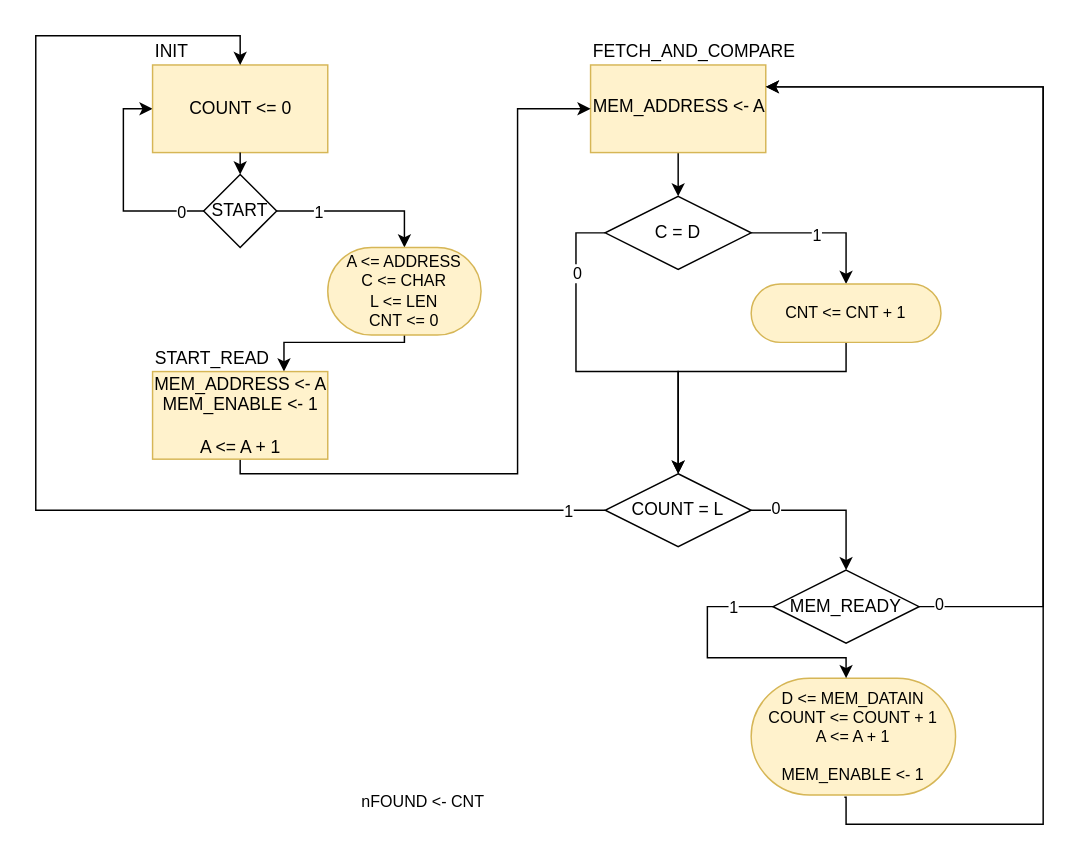
DavidTrevisan/calcolatori_elettronici_2025 keeps this draw.io diagram as page "search_chr_improved" (4 of 5) of ASMcharts/ASM.drawio. Above is the earlier version. Source tidied: cells renumbered, new cells numbered last; positions are measured from the earlier drawing's top-left corner, leaving out a move shared by most shapes. Both pictures are drawn from the tidied source at 146%, with x=0, y=0 at pixel (35, 35).
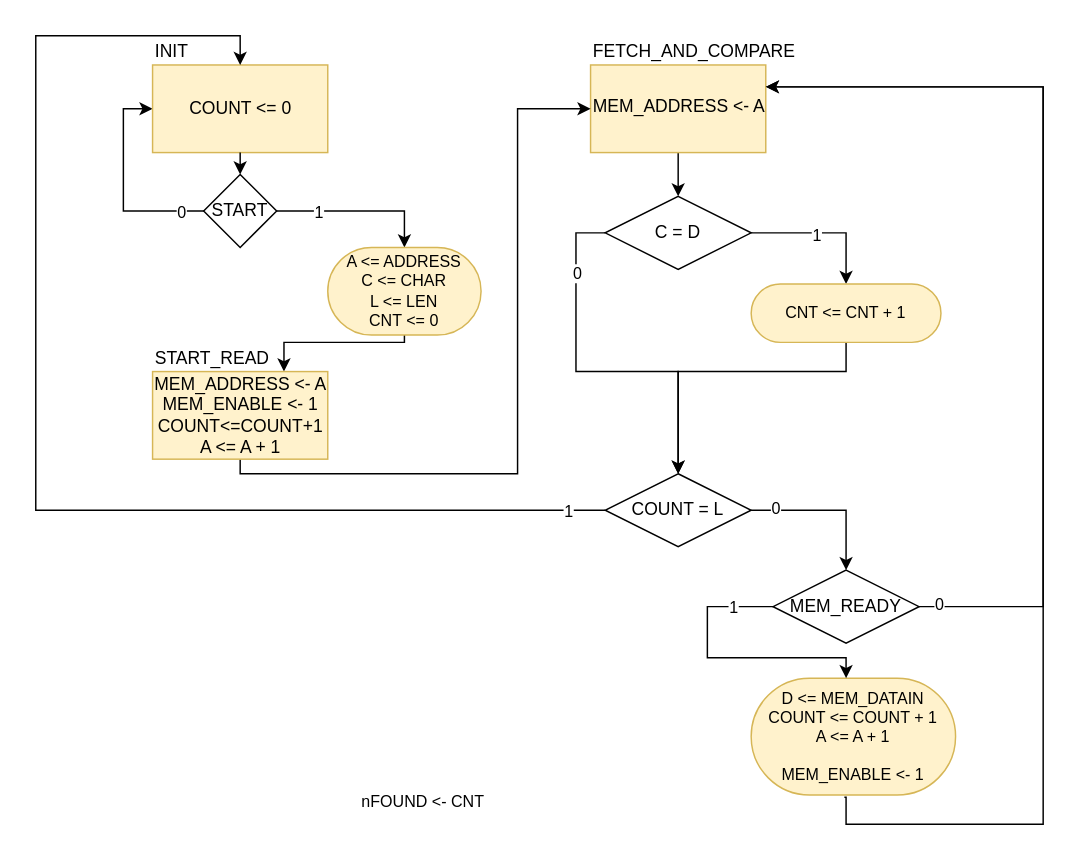
The same diagram, later.

Commit message:
[ASM] Update START_READ again searc_chr improved

The edit, as a diff of the source:
```diff
@@
-    <mxCell id="37" value="MEM_ADDRESS &amp;lt;- A&lt;br&gt;MEM_ENABLE &amp;lt;- 1&lt;br&gt;&lt;br&gt;A &amp;lt;= A + 1" style="text;html=1;align=center;verticalAlign=middle;strokeColor=none;fillColor=none;" parent="1" vertex="1">
+    <mxCell id="37" value="MEM_ADDRESS &amp;lt;- A&lt;br&gt;MEM_ENABLE &amp;lt;- 1&lt;br&gt;COUNT&amp;lt;=COUNT+1&lt;br&gt;A &amp;lt;= A + 1" style="text;html=1;align=center;verticalAlign=middle;strokeColor=none;fillColor=none;" parent="1" vertex="1">
       <mxGeometry x="70" y="225" width="140" height="70" as="geometry" />
     </mxCell>
```
